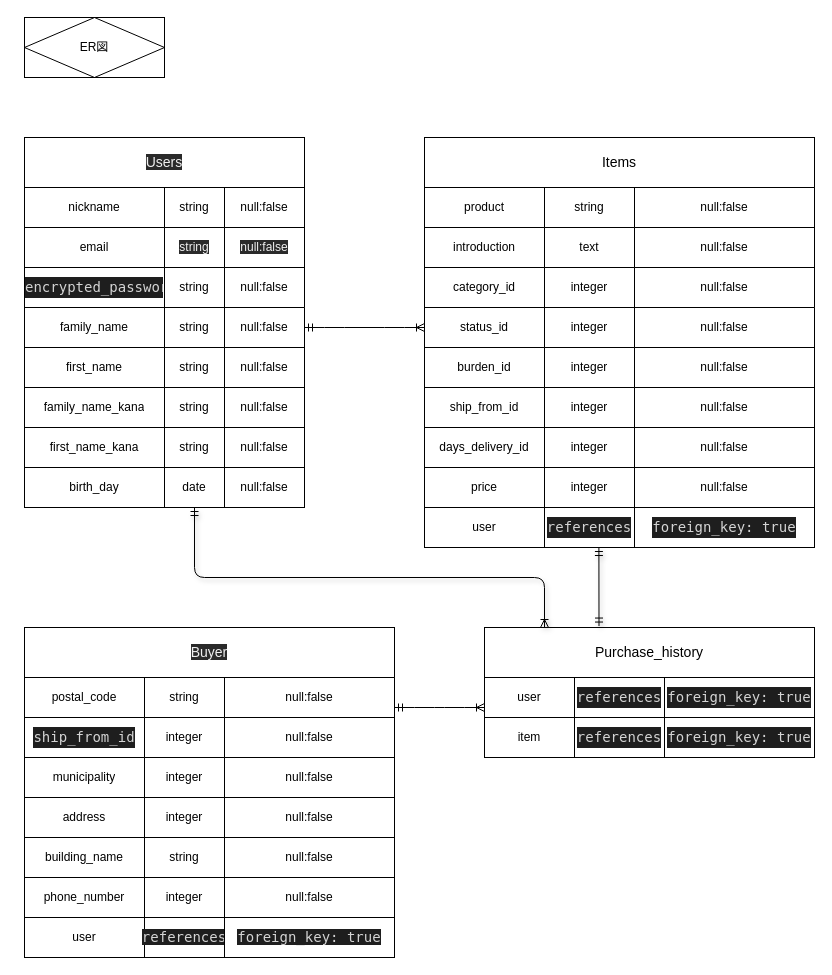
Above: ER.dio in h-kaoru/furima-34717 (draw.io), before the change. Source tidied: cells renumbered, new cells numbered last; positions are measured from the earlier drawing's top-left corner, leaving out a move shared by most shapes. Both pictures are drawn from the tidied source at 100%, with x=0, y=0 at pixel (24, 17).
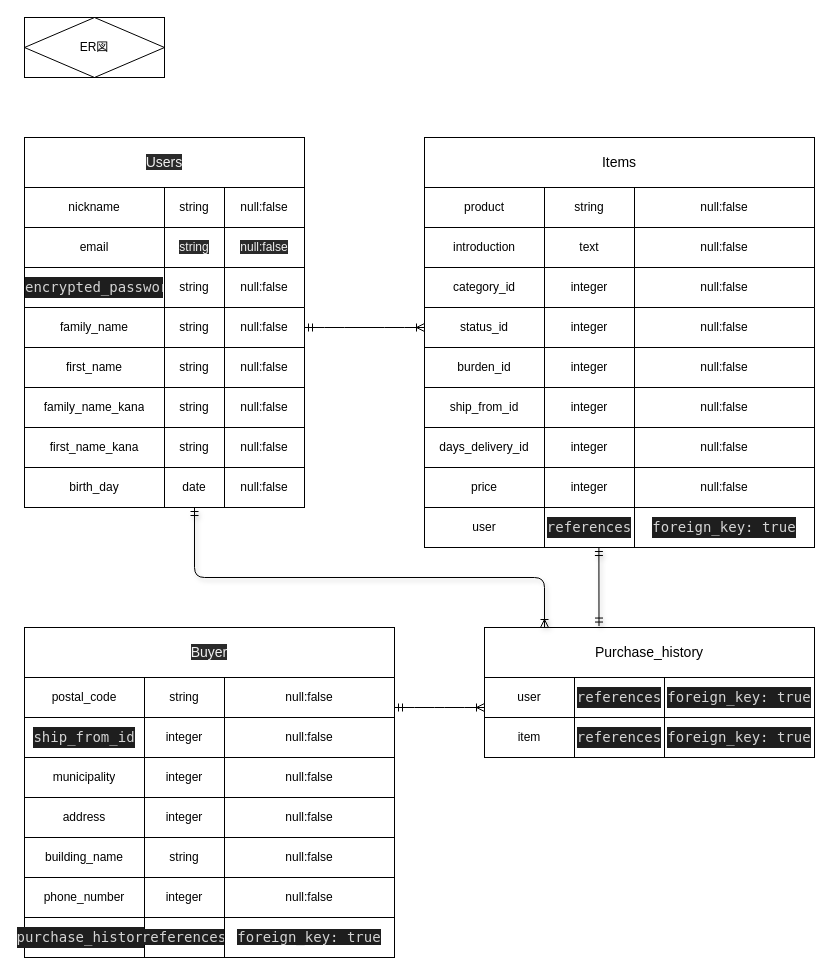
After the change.

The edit, as a diff of the source:
```diff
@@
-    <mxCell id="97" value="user" style="rounded=0;whiteSpace=wrap;html=1;" parent="1" vertex="1">
+    <mxCell id="97" value="&lt;div style=&quot;color: rgb(212 , 212 , 212) ; background-color: rgb(30 , 30 , 30) ; font-family: &amp;#34;ricty diminished&amp;#34; , &amp;#34;menlo&amp;#34; , &amp;#34;monaco&amp;#34; , &amp;#34;courier new&amp;#34; , monospace ; font-size: 14px ; line-height: 21px&quot;&gt;purchase_history&lt;/div&gt;" style="rounded=0;whiteSpace=wrap;html=1;" parent="1" vertex="1">
       <mxGeometry y="900" width="120" height="40" as="geometry" />
     </mxCell>
```
